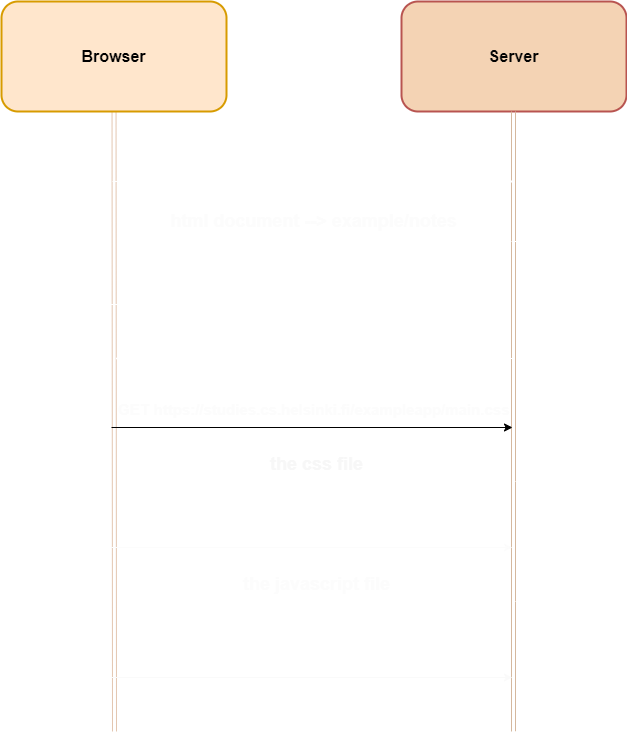
The draw.io diagram Part0/0.4.drawio.png in AHenrikes/Full-Stack, before a commit. Source tidied: cells renumbered, new cells last; positions are measured from the earlier drawing's top-left corner, leaving out a move shared by most shapes.
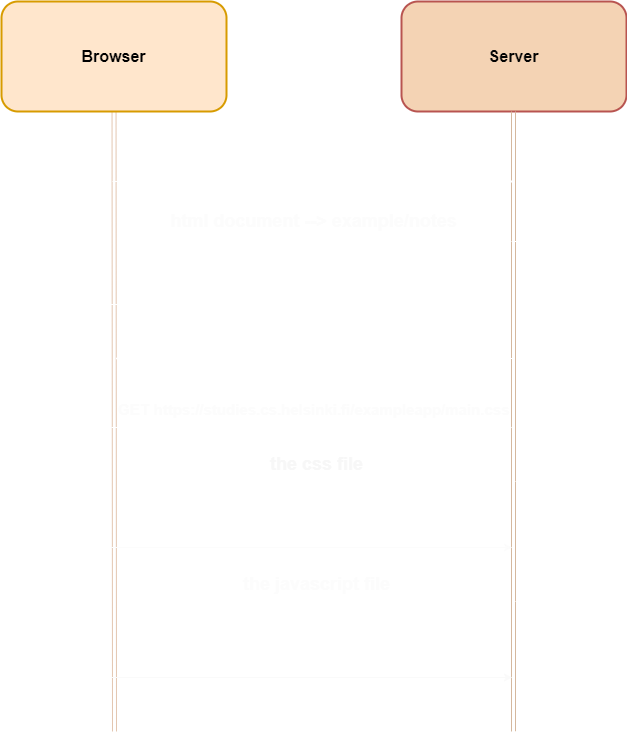
Later version of the same file.

Change to the diagram source:
```diff
@@ -60,7 +60,7 @@
     <mxCell id="14" value="HTML Document" style="text;html=1;align=center;verticalAlign=middle;strokeColor=none;fillColor=none;fontSize=18;fontColor=#FFFFFF;fontStyle=1;" parent="1" vertex="1">
       <mxGeometry x="232" y="323" width="161" height="34" as="geometry" />
     </mxCell>
-    <mxCell id="15" style="edgeStyle=none;html=1;fontSize=16;fontColor=#FFFFFF;" parent="1" edge="1">
+    <mxCell id="15" style="edgeStyle=none;html=1;fontSize=16;fontColor=#FFFFFF;strokeColor=#FFFFFF;" parent="1" edge="1">
       <mxGeometry relative="1" as="geometry">
         <mxPoint x="110" y="426" as="sourcePoint" />
         <mxPoint x="511" y="426" as="targetPoint" />
```
